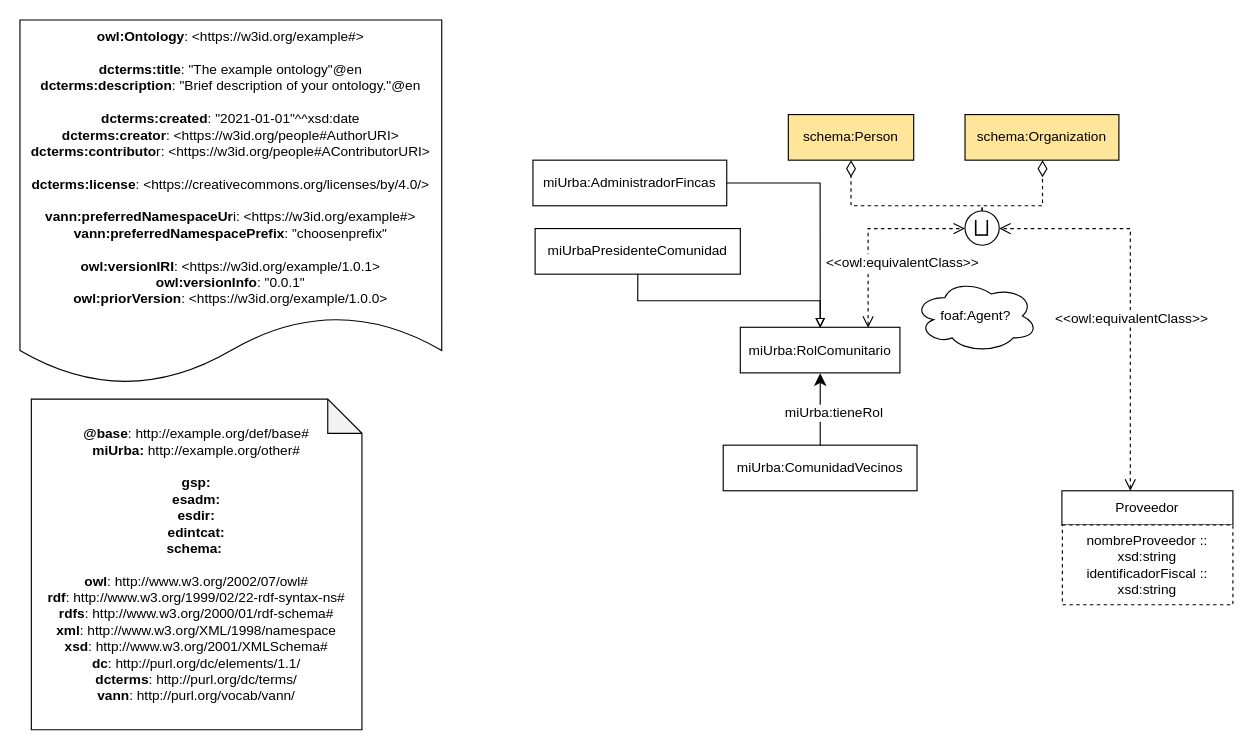
oeg-upm/ontologia-miUrba keeps this draw.io diagram as page "gobernanza" (6 of 6) of diagrams/diagrama.drawio. Above is the earlier version. Source tidied: cells renumbered, new cells numbered last; positions are measured from the earlier drawing's top-left corner, leaving out a move shared by most shapes. Both pictures are drawn from the tidied source at 114%, with x=0, y=0 at pixel (19, 19).
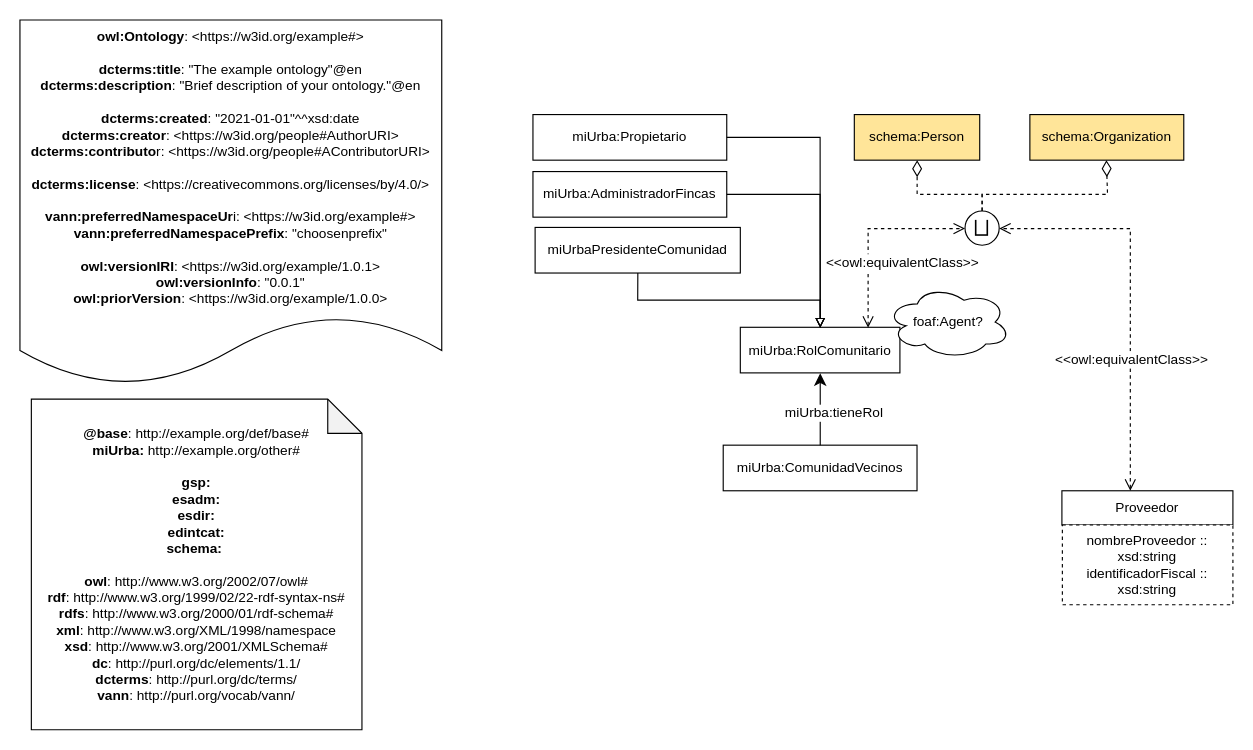
Above is the later version.

The change refers to these unchanged cells:
```xml
<mxCell id="3" value="miUrba:RolComunitario" style="rounded=0;whiteSpace=wrap;html=1;snapToPoint=1;points=[[0.1,0],[0.2,0],[0.3,0],[0.4,0],[0.5,0],[0.6,0],[0.7,0],[0.8,0],[0.9,0],[0,0.1],[0,0.3],[0,0.5],[0,0.7],[0,0.9],[0.1,1],[0.2,1],[0.3,1],[0.4,1],[0.5,1],[0.6,1],[0.7,1],[0.8,1],[0.9,1],[1,0.1],[1,0.3],[1,0.5],[1,0.7],[1,0.9]];" parent="1" vertex="1">
  <mxGeometry x="631.9" y="269.6" width="140" height="40" as="geometry" />
</mxCell>
<mxCell id="14" value="&lt;span class=&quot;st&quot;&gt;⨆&lt;/span&gt;" style="ellipse;whiteSpace=wrap;html=1;fontSize=17;" parent="1" vertex="1">
  <mxGeometry x="829" y="167.6" width="30" height="30" as="geometry" />
</mxCell>
<mxCell id="19" style="endArrow=open;html=1;fontColor=#000099;endFill=0;dashed=1;endSize=8;startArrow=open;startFill=0;startSize=8;rounded=0;edgeStyle=orthogonalEdgeStyle;" parent="1" edge="1" source="9" target="14">
  <mxGeometry relative="1" as="geometry">
    <Array as="points">
      <mxPoint x="974" y="183" />
    </Array>
  </mxGeometry>
</mxCell>
```

What changed in the source:
```diff
@@
     <mxCell id="4" value="miUrbaPresidenteComunidad" style="rounded=0;whiteSpace=wrap;html=1;snapToPoint=1;points=[[0.1,0],[0.2,0],[0.3,0],[0.4,0],[0.5,0],[0.6,0],[0.7,0],[0.8,0],[0.9,0],[0,0.1],[0,0.3],[0,0.5],[0,0.7],[0,0.9],[0.1,1],[0.2,1],[0.3,1],[0.4,1],[0.5,1],[0.6,1],[0.7,1],[0.8,1],[0.9,1],[1,0.1],[1,0.3],[1,0.5],[1,0.7],[1,0.9]];" parent="1" vertex="1">
-      <mxGeometry x="451.9" y="183" width="180" height="40" as="geometry" />
+      <mxGeometry x="451.9" y="182" width="180" height="40" as="geometry" />
     </mxCell>
     <mxCell id="5" value="miUrba:AdministradorFincas" style="rounded=0;whiteSpace=wrap;html=1;snapToPoint=1;points=[[0.1,0],[0.2,0],[0.3,0],[0.4,0],[0.5,0],[0.6,0],[0.7,0],[0.8,0],[0.9,0],[0,0.1],[0,0.3],[0,0.5],[0,0.7],[0,0.9],[0.1,1],[0.2,1],[0.3,1],[0.4,1],[0.5,1],[0.6,1],[0.7,1],[0.8,1],[0.9,1],[1,0.1],[1,0.3],[1,0.5],[1,0.7],[1,0.9]];" parent="1" vertex="1">
-      <mxGeometry x="450" y="123" width="170" height="40" as="geometry" />
+      <mxGeometry x="450" y="133" width="170" height="40" as="geometry" />
     </mxCell>
@@
     <mxCell id="12" value="schema:Person" style="rounded=0;whiteSpace=wrap;html=1;snapToPoint=1;points=[[0.1,0],[0.2,0],[0.3,0],[0.4,0],[0.5,0],[0.6,0],[0.7,0],[0.8,0],[0.9,0],[0,0.1],[0,0.3],[0,0.5],[0,0.7],[0,0.9],[0.1,1],[0.2,1],[0.3,1],[0.4,1],[0.5,1],[0.6,1],[0.7,1],[0.8,1],[0.9,1],[1,0.1],[1,0.3],[1,0.5],[1,0.7],[1,0.9]];fillColor=#FFE599;" parent="1" vertex="1">
-      <mxGeometry x="674" y="83" width="110" height="40" as="geometry" />
+      <mxGeometry x="731.9" y="83" width="110" height="40" as="geometry" />
     </mxCell>
     <mxCell id="13" value="schema:Organization" style="rounded=0;whiteSpace=wrap;html=1;snapToPoint=1;points=[[0.1,0],[0.2,0],[0.3,0],[0.4,0],[0.5,0],[0.6,0],[0.7,0],[0.8,0],[0.9,0],[0,0.1],[0,0.3],[0,0.5],[0,0.7],[0,0.9],[0.1,1],[0.2,1],[0.3,1],[0.4,1],[0.5,1],[0.6,1],[0.7,1],[0.8,1],[0.9,1],[1,0.1],[1,0.3],[1,0.5],[1,0.7],[1,0.9]];fillColor=#FFE599;" parent="1" vertex="1">
-      <mxGeometry x="829" y="83" width="135" height="40" as="geometry" />
+      <mxGeometry x="885.9" y="83" width="135" height="40" as="geometry" />
     </mxCell>
@@
     <mxCell id="15" style="endArrow=diamondThin;endSize=12;html=1;fontColor=#000099;endFill=0;dashed=1;arcSize=0;rounded=0;edgeStyle=orthogonalEdgeStyle;" parent="1" edge="1" source="14" target="12">
       <mxGeometry relative="1" as="geometry">
         <Array as="points">
-          <mxPoint x="844" y="163" />
-          <mxPoint x="729" y="163" />
+          <mxPoint x="844" y="153" />
+          <mxPoint x="787" y="153" />
         </Array>
       </mxGeometry>
     </mxCell>
     <mxCell id="16" style="endArrow=diamondThin;endSize=12;html=1;fontColor=#000099;endFill=0;dashed=1;arcSize=0;rounded=0;edgeStyle=orthogonalEdgeStyle;" parent="1" edge="1" source="14" target="13">
       <mxGeometry relative="1" as="geometry">
         <Array as="points">
-          <mxPoint x="844" y="163" />
-          <mxPoint x="897" y="163" />
+          <mxPoint x="844" y="153" />
+          <mxPoint x="954" y="153" />
         </Array>
       </mxGeometry>
     </mxCell>
@@
     <mxCell id="20" value="&amp;lt;&amp;lt;owl:equivalentClass&amp;gt;&amp;gt;" style="text;html=1;align=center;verticalAlign=middle;fontColor=#000000;labelBackgroundColor=#ffffff;" parent="19" vertex="1">
-      <mxGeometry x="-0.33" relative="1" as="geometry">
-        <mxPoint y="-36" as="offset" />
-      </mxGeometry>
+      <mxGeometry x="-0.33" relative="1" as="geometry" />
     </mxCell>
@@
     <mxCell id="22" value="foaf:Agent?" style="ellipse;shape=cloud;whiteSpace=wrap;html=1;" parent="1" vertex="1">
-      <mxGeometry x="784" y="227.6" width="109" height="64.1" as="geometry" />
+      <mxGeometry x="760" y="233" width="109" height="64.1" as="geometry" />
     </mxCell>
@@
+    <mxCell id="25" value="miUrba:Propietario" style="rounded=0;whiteSpace=wrap;html=1;snapToPoint=1;points=[[0.1,0],[0.2,0],[0.3,0],[0.4,0],[0.5,0],[0.6,0],[0.7,0],[0.8,0],[0.9,0],[0,0.1],[0,0.3],[0,0.5],[0,0.7],[0,0.9],[0.1,1],[0.2,1],[0.3,1],[0.4,1],[0.5,1],[0.6,1],[0.7,1],[0.8,1],[0.9,1],[1,0.1],[1,0.3],[1,0.5],[1,0.7],[1,0.9]];" parent="1" vertex="1">
+      <mxGeometry x="450" y="83" width="170" height="40" as="geometry" />
+    </mxCell>
+    <mxCell id="26" style="endArrow=block;html=1;rounded=0;endFill=0;edgeStyle=orthogonalEdgeStyle;" parent="1" edge="1" source="25" target="3">
+      <mxGeometry relative="1" as="geometry" />
+    </mxCell>
```
